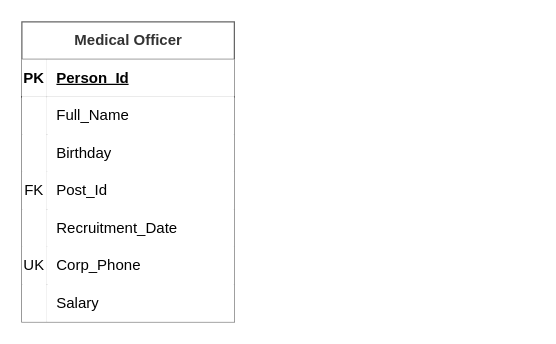
Before: Диаграмма без названия.drawio in Lutanist228/saved_diagrams, a draw.io diagram. Source tidied: cells renumbered, new cells numbered last; positions are measured from the earlier drawing's top-left corner, leaving out a move shared by most shapes. Both pictures are drawn from the tidied source at 125%, with x=0, y=0 at pixel (21, 21).
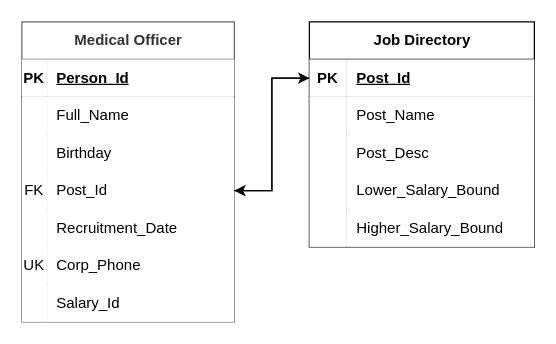
After the change.

The change refers to these unchanged cells:
```xml
<mxCell id="12" style="shape=tableRow;horizontal=0;startSize=0;swimlaneHead=0;swimlaneBody=0;fillColor=none;points=[[0,0.5],[1,0.5]];portConstraint=eastwest;top=0;left=0;right=0;bottom=0;strokeColor=#000000;" parent="2" vertex="1">
  <mxGeometry y="120" width="170" height="30" as="geometry" />
</mxCell>
<mxCell id="21" style="shape=tableRow;horizontal=0;startSize=0;swimlaneHead=0;swimlaneBody=0;fillColor=none;top=0;left=0;right=0;bottom=0;strokeColor=#000000;" parent="2" vertex="1">
  <mxGeometry y="210" width="170" height="30" as="geometry" />
</mxCell>
```

Diff of the diagram source:
```diff
@@
-    <mxCell id="23" value="Salary" style="shape=partialRectangle;top=0;left=0;bottom=0;right=0;align=left;spacingLeft=6;overflow=hidden;whiteSpace=wrap;html=1;" parent="21" vertex="1">
+    <mxCell id="23" value="Salary_Id" style="shape=partialRectangle;top=0;left=0;bottom=0;right=0;align=left;spacingLeft=6;overflow=hidden;whiteSpace=wrap;html=1;" parent="21" vertex="1">
       <mxGeometry x="20" width="150" height="30" as="geometry" />
     </mxCell>
+    <mxCell id="24" value="Job Directory" style="shape=table;startSize=30;childLayout=tableLayout;rowLines=0;fontStyle=1;align=center;html=1;" parent="1" vertex="1">
+      <mxGeometry x="230" width="180" height="180" as="geometry" />
+    </mxCell>
+    <mxCell id="25" style="shape=tableRow;horizontal=0;startSize=0;swimlaneHead=0;swimlaneBody=0;fillColor=none;points=[[0,0.5],[1,0.5]];portConstraint=eastwest;top=0;left=0;right=0;bottom=1;" parent="24" vertex="1">
+      <mxGeometry y="30" width="180" height="30" as="geometry" />
+    </mxCell>
+    <mxCell id="26" value="PK" style="shape=partialRectangle;top=0;left=0;bottom=0;right=0;fontStyle=1;overflow=hidden;whiteSpace=wrap;html=1;" parent="25" vertex="1">
+      <mxGeometry width="30" height="30" as="geometry" />
+    </mxCell>
+    <mxCell id="27" value="Post_Id" style="shape=partialRectangle;top=0;left=0;bottom=0;right=0;align=left;spacingLeft=6;fontStyle=5;overflow=hidden;whiteSpace=wrap;html=1;" parent="25" vertex="1">
+      <mxGeometry x="30" width="150" height="30" as="geometry" />
+    </mxCell>
+    <mxCell id="28" style="shape=tableRow;horizontal=0;startSize=0;swimlaneHead=0;swimlaneBody=0;fillColor=none;top=0;left=0;right=0;bottom=0;" parent="24" vertex="1">
+      <mxGeometry y="60" width="180" height="30" as="geometry" />
+    </mxCell>
+    <mxCell id="29" style="shape=partialRectangle;top=0;left=0;bottom=0;right=0;overflow=hidden;whiteSpace=wrap;html=1;" parent="28" vertex="1">
+      <mxGeometry width="30" height="30" as="geometry" />
+    </mxCell>
+    <mxCell id="30" value="Post_Name" style="shape=partialRectangle;top=0;left=0;bottom=0;right=0;align=left;spacingLeft=6;overflow=hidden;whiteSpace=wrap;html=1;" parent="28" vertex="1">
+      <mxGeometry x="30" width="150" height="30" as="geometry" />
+    </mxCell>
+    <mxCell id="31" style="shape=tableRow;horizontal=0;startSize=0;swimlaneHead=0;swimlaneBody=0;fillColor=none;top=0;left=0;right=0;bottom=0;" parent="24" vertex="1">
+      <mxGeometry y="90" width="180" height="30" as="geometry" />
+    </mxCell>
+    <mxCell id="32" style="shape=partialRectangle;top=0;left=0;bottom=0;right=0;overflow=hidden;whiteSpace=wrap;html=1;" parent="31" vertex="1">
+      <mxGeometry width="30" height="30" as="geometry" />
+    </mxCell>
+    <mxCell id="33" value="Post_Desc" style="shape=partialRectangle;top=0;left=0;bottom=0;right=0;align=left;spacingLeft=6;overflow=hidden;whiteSpace=wrap;html=1;" parent="31" vertex="1">
+      <mxGeometry x="30" width="150" height="30" as="geometry" />
+    </mxCell>
+    <mxCell id="34" style="shape=tableRow;horizontal=0;startSize=0;swimlaneHead=0;swimlaneBody=0;fillColor=none;top=0;left=0;right=0;bottom=0;" parent="24" vertex="1">
+      <mxGeometry y="120" width="180" height="30" as="geometry" />
+    </mxCell>
+    <mxCell id="35" style="shape=partialRectangle;top=0;left=0;bottom=0;right=0;overflow=hidden;whiteSpace=wrap;html=1;" parent="34" vertex="1">
+      <mxGeometry width="30" height="30" as="geometry" />
+    </mxCell>
+    <mxCell id="36" value="Lower_Salary_Bound" style="shape=partialRectangle;top=0;left=0;bottom=0;right=0;align=left;spacingLeft=6;overflow=hidden;whiteSpace=wrap;html=1;" parent="34" vertex="1">
+      <mxGeometry x="30" width="150" height="30" as="geometry" />
+    </mxCell>
+    <mxCell id="37" style="shape=tableRow;horizontal=0;startSize=0;swimlaneHead=0;swimlaneBody=0;fillColor=none;top=0;left=0;right=0;bottom=0;" parent="24" vertex="1">
+      <mxGeometry y="150" width="180" height="30" as="geometry" />
+    </mxCell>
+    <mxCell id="38" style="shape=partialRectangle;top=0;left=0;bottom=0;right=0;overflow=hidden;whiteSpace=wrap;html=1;" parent="37" vertex="1">
+      <mxGeometry width="30" height="30" as="geometry" />
+    </mxCell>
+    <mxCell id="39" value="Higher_Salary_Bound" style="shape=partialRectangle;top=0;left=0;bottom=0;right=0;align=left;spacingLeft=6;overflow=hidden;whiteSpace=wrap;html=1;" parent="37" vertex="1">
+      <mxGeometry x="30" width="150" height="30" as="geometry" />
+    </mxCell>
+    <mxCell id="40" style="edgeStyle=orthogonalEdgeStyle;rounded=0;jettySize=auto;html=1;" parent="1" edge="1" source="25" target="12">
+      <mxGeometry relative="1" as="geometry" />
+    </mxCell>
+    <mxCell id="41" style="edgeStyle=orthogonalEdgeStyle;rounded=0;jettySize=auto;html=1;" parent="1" edge="1" source="12" target="25">
+      <mxGeometry relative="1" as="geometry" />
+    </mxCell>
```
